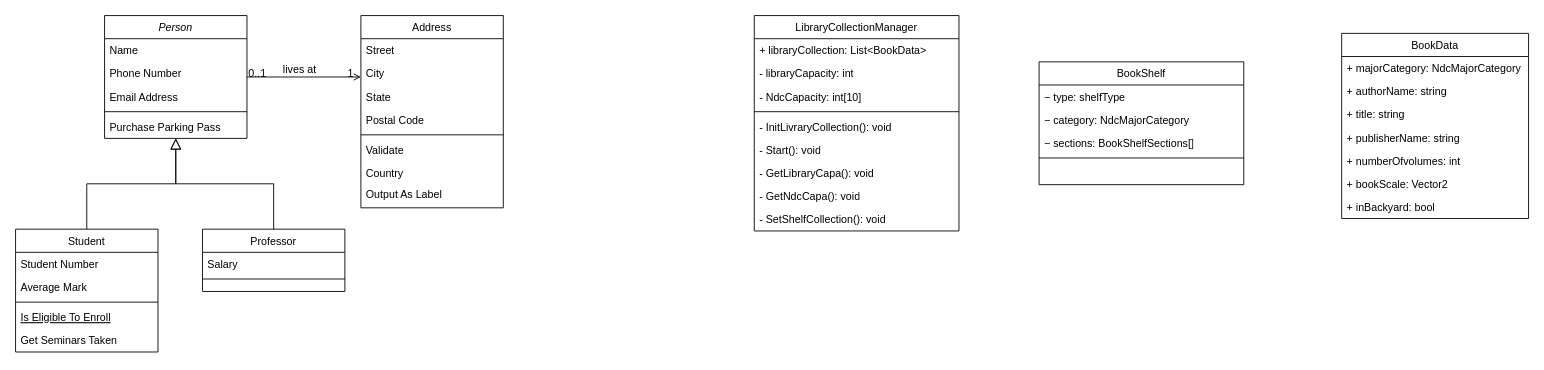
Above: クラス図.drawio in semisuzume/classdiagram (draw.io), before the change. Source tidied: cells renumbered, new cells numbered last; positions are measured from the earlier drawing's top-left corner, leaving out a move shared by most shapes. Both pictures are drawn from the tidied source at 89%, with x=0, y=0 at pixel (15, 15).
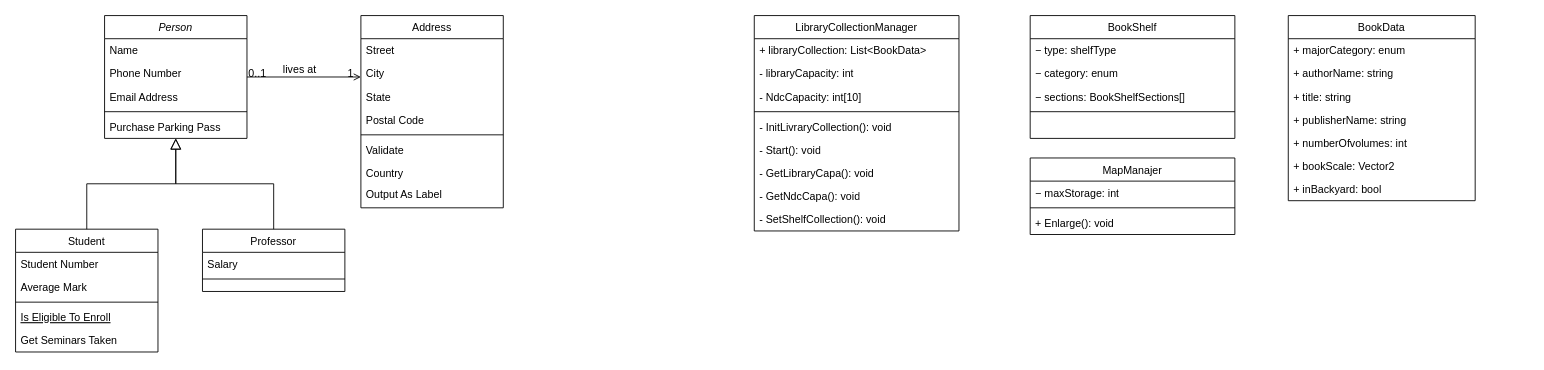
After the change.

Commit message:
クラス図.drawio を更新します

What changed in the source:
```diff
@@
     <mxCell id="42" value="BookData" style="swimlane;fontStyle=0;align=center;verticalAlign=top;horizontal=1;startSize=26;whiteSpace=wrap;html=1;" parent="1" vertex="1">
-      <mxGeometry x="1490" y="20" width="210" height="208" as="geometry" />
+      <mxGeometry x="1430" width="210" height="208" as="geometry" />
     </mxCell>
-    <mxCell id="43" value="+&amp;nbsp;majorCategory&lt;span style=&quot;background-color: transparent; color: light-dark(rgb(0, 0, 0), rgb(255, 255, 255));&quot;&gt;:&amp;nbsp;&lt;/span&gt;NdcMajorCategory" style="text;strokeColor=none;fillColor=none;align=left;verticalAlign=top;spacingLeft=4;spacingRight=4;overflow=hidden;whiteSpace=wrap;html=1;" parent="42" vertex="1">
+    <mxCell id="43" value="+&amp;nbsp;majorCategory&lt;span style=&quot;background-color: transparent; color: light-dark(rgb(0, 0, 0), rgb(255, 255, 255));&quot;&gt;: enum&lt;/span&gt;" style="text;strokeColor=none;fillColor=none;align=left;verticalAlign=top;spacingLeft=4;spacingRight=4;overflow=hidden;whiteSpace=wrap;html=1;" parent="42" vertex="1">
       <mxGeometry y="26" width="210" height="26" as="geometry" />
     </mxCell>
@@
     <mxCell id="50" value="BookShelf" style="swimlane;fontStyle=0;align=center;verticalAlign=top;horizontal=1;startSize=26;whiteSpace=wrap;html=1;" parent="1" vertex="1">
-      <mxGeometry x="1150" y="52" width="230" height="138" as="geometry" />
+      <mxGeometry x="1140" width="230" height="138" as="geometry" />
     </mxCell>
@@
-    <mxCell id="52" value="− category: NdcMajorCategory" style="text;strokeColor=none;fillColor=none;align=left;verticalAlign=top;spacingLeft=4;spacingRight=4;overflow=hidden;whiteSpace=wrap;html=1;" parent="50" vertex="1">
+    <mxCell id="52" value="− category: enum" style="text;strokeColor=none;fillColor=none;align=left;verticalAlign=top;spacingLeft=4;spacingRight=4;overflow=hidden;whiteSpace=wrap;html=1;" parent="50" vertex="1">
       <mxGeometry y="52" width="230" height="26" as="geometry" />
     </mxCell>
@@
+    <mxCell id="56" value="MapManajer" style="swimlane;fontStyle=0;align=center;verticalAlign=top;horizontal=1;startSize=26;whiteSpace=wrap;html=1;" parent="1" vertex="1">
+      <mxGeometry x="1140" y="160" width="230" height="86" as="geometry" />
+    </mxCell>
+    <mxCell id="57" value="− maxStorage: int" style="text;strokeColor=none;fillColor=none;align=left;verticalAlign=top;spacingLeft=4;spacingRight=4;overflow=hidden;whiteSpace=wrap;html=1;" parent="56" vertex="1">
+      <mxGeometry y="26" width="230" height="26" as="geometry" />
+    </mxCell>
+    <mxCell id="58" style="line;strokeWidth=1;fillColor=none;align=left;verticalAlign=middle;spacingTop=-1;spacingLeft=3;spacingRight=3;labelPosition=right;strokeColor=inherit;" parent="56" vertex="1">
+      <mxGeometry y="52" width="230" height="8" as="geometry" />
+    </mxCell>
+    <mxCell id="59" value="+ Enlarge(): void" style="text;strokeColor=none;fillColor=none;align=left;verticalAlign=top;spacingLeft=4;spacingRight=4;overflow=hidden;whiteSpace=wrap;html=1;" parent="56" vertex="1">
+      <mxGeometry y="60" width="230" height="26" as="geometry" />
+    </mxCell>
```
